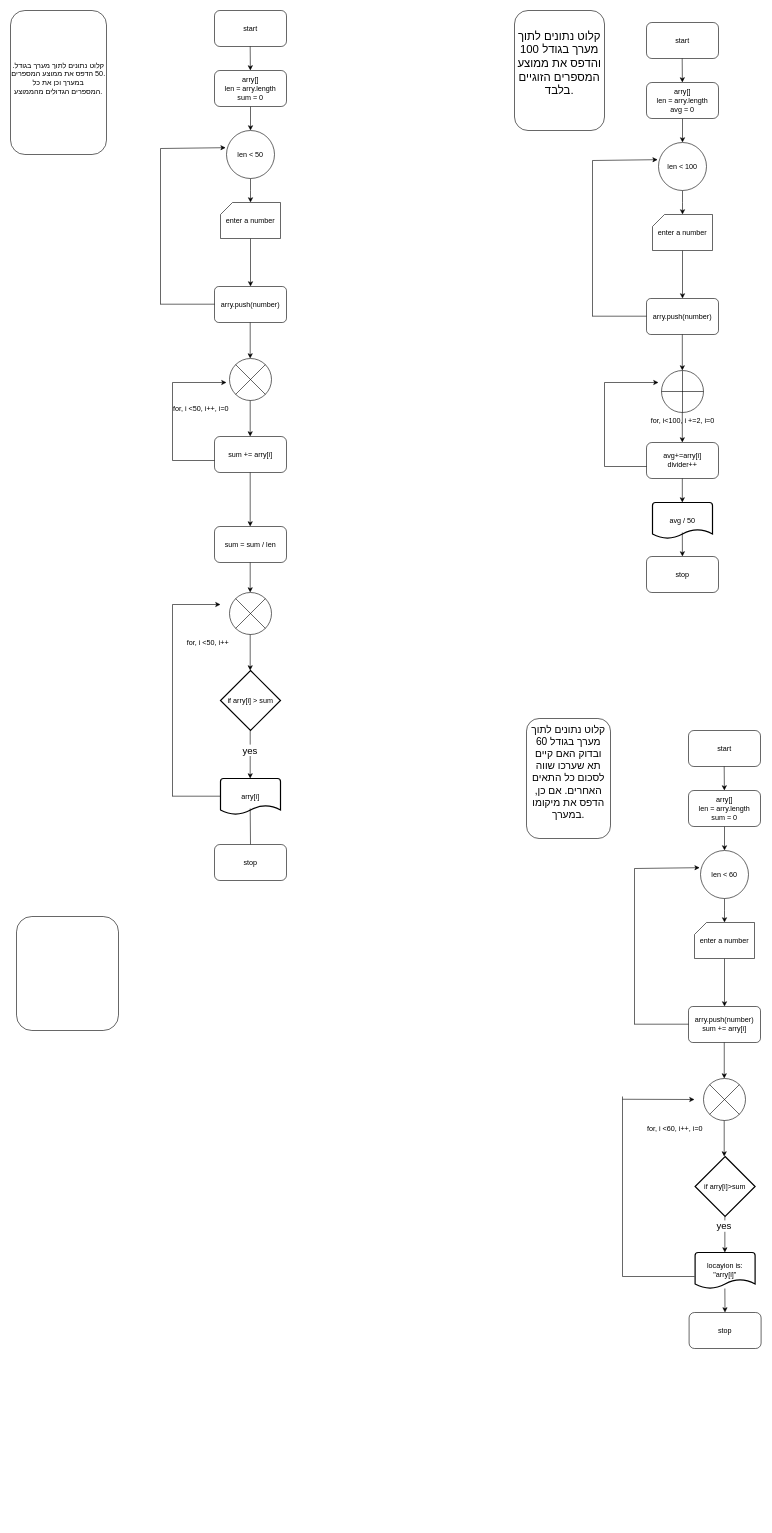
YanirH/DAVIDandMOSHE keeps this draw.io diagram as Homeworks.drawio. Above is the earlier version. Source tidied: cells renumbered, new cells numbered last; positions are measured from the earlier drawing's top-left corner, leaving out a move shared by most shapes. Both pictures are drawn from the tidied source at 60%, with x=0, y=0 at pixel (10, 10).
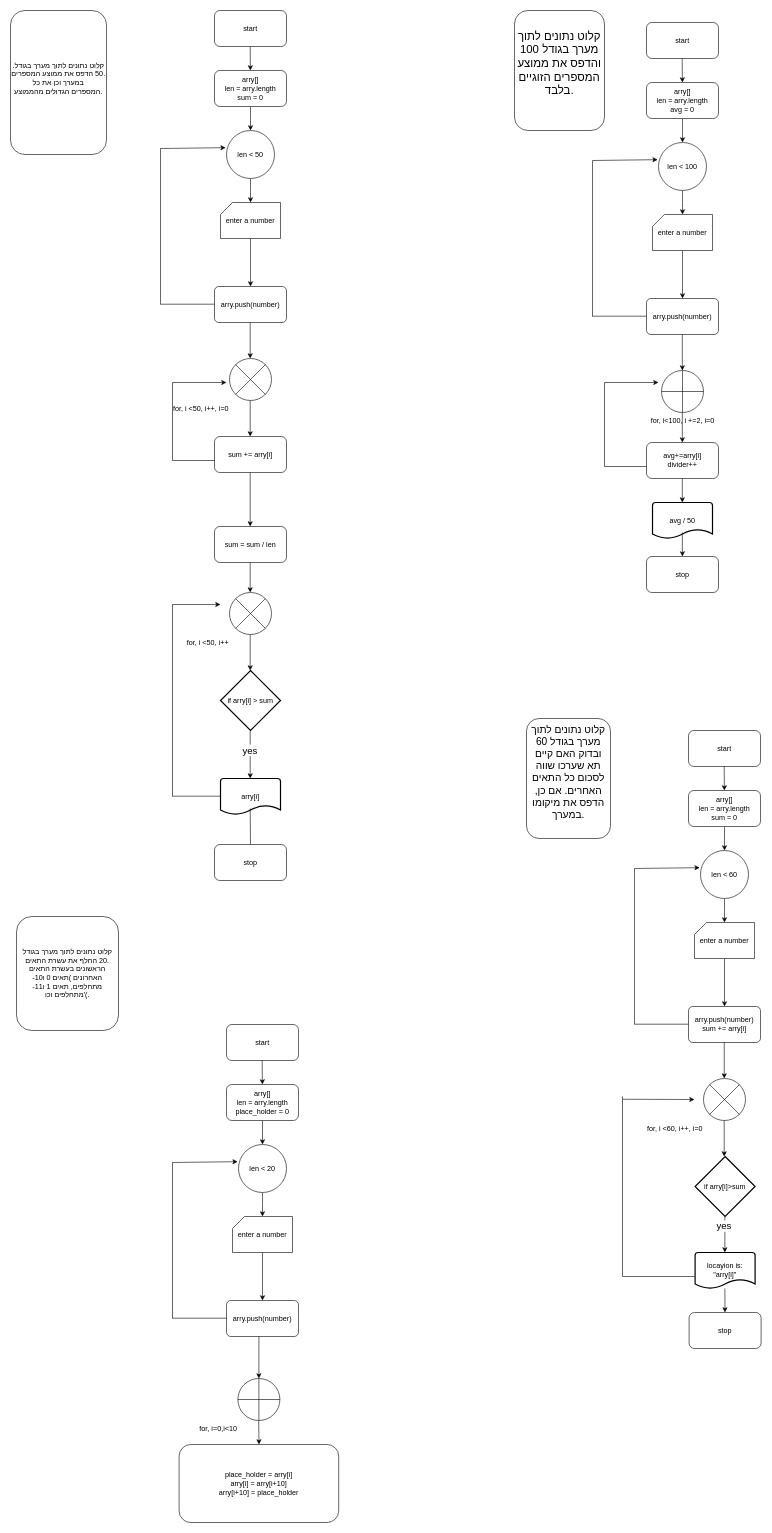
After the change.

The edit, as a diff of the source:
```diff
@@
-    <mxCell id="85" style="rounded=1;whiteSpace=wrap;html=1;" parent="1" vertex="1">
+    <mxCell id="85" value="קלוט נתונים לתוך מערך בגודל .20 החלף את עשרת התאים הראשונים בעשרת התאים&#10;האחרונים )תאים 0 ו10- מתחלפים, תאים 1 ו11- מתחלפים וכו'(." style="rounded=1;whiteSpace=wrap;html=1;" parent="1" vertex="1">
       <mxGeometry x="10" y="1510" width="170" height="190" as="geometry" />
     </mxCell>
+    <mxCell id="86" value="start" style="rounded=1;whiteSpace=wrap;html=1;" parent="1" vertex="1">
+      <mxGeometry x="360" y="1690" width="120" height="60" as="geometry" />
+    </mxCell>
+    <mxCell id="87" style="endArrow=classic;html=1;rounded=0;" parent="1" edge="1" target="89">
+      <mxGeometry relative="1" as="geometry">
+        <mxPoint x="419.5" y="1750" as="sourcePoint" />
+      </mxGeometry>
+    </mxCell>
+    <mxCell id="88" style="edgeStyle=orthogonalEdgeStyle;rounded=0;jettySize=auto;html=1;" parent="1" edge="1" source="89" target="91">
+      <mxGeometry relative="1" as="geometry" />
+    </mxCell>
+    <mxCell id="89" value="arry[]&lt;br&gt;len = arry.length&lt;br&gt;place_holder = 0" style="rounded=1;whiteSpace=wrap;html=1;" parent="1" vertex="1">
+      <mxGeometry x="360" y="1790" width="120" height="60" as="geometry" />
+    </mxCell>
+    <mxCell id="90" style="edgeStyle=orthogonalEdgeStyle;rounded=0;jettySize=auto;html=1;" parent="1" edge="1" source="91">
+      <mxGeometry relative="1" as="geometry">
+        <mxPoint x="420" y="2010" as="targetPoint" />
+      </mxGeometry>
+    </mxCell>
+    <mxCell id="91" value="len &amp;lt; 20" style="ellipse;whiteSpace=wrap;html=1;rounded=1;" parent="1" vertex="1">
+      <mxGeometry x="380" y="1890" width="80" height="80" as="geometry" />
+    </mxCell>
+    <mxCell id="92" style="edgeStyle=orthogonalEdgeStyle;rounded=0;jettySize=auto;html=1;" parent="1" edge="1" source="93" target="94">
+      <mxGeometry relative="1" as="geometry" />
+    </mxCell>
+    <mxCell id="93" value="enter a number" style="verticalLabelPosition=middle;verticalAlign=middle;html=1;shape=card;whiteSpace=wrap;size=20;arcSize=12;labelPosition=center;align=center;" parent="1" vertex="1">
+      <mxGeometry x="370" y="2010" width="100" height="60" as="geometry" />
+    </mxCell>
+    <mxCell id="94" value="arry.push(number)" style="rounded=1;whiteSpace=wrap;html=1;arcSize=12;" parent="1" vertex="1">
+      <mxGeometry x="360" y="2150" width="120" height="60" as="geometry" />
+    </mxCell>
+    <mxCell id="95" style="endArrow=none;html=1;rounded=0;" parent="1" edge="1">
+      <mxGeometry relative="1" as="geometry">
+        <mxPoint x="270" y="2179.5" as="sourcePoint" />
+        <mxPoint x="360" y="2179.5" as="targetPoint" />
+      </mxGeometry>
+    </mxCell>
+    <mxCell id="96" style="endArrow=none;html=1;rounded=0;" parent="1" edge="1">
+      <mxGeometry relative="1" as="geometry">
+        <mxPoint x="270" y="2180" as="sourcePoint" />
+        <mxPoint x="270" y="1920" as="targetPoint" />
+      </mxGeometry>
+    </mxCell>
+    <mxCell id="97" style="endArrow=classic;html=1;rounded=0;entryX=-0.017;entryY=0.358;entryDx=0;entryDy=0;entryPerimeter=0;" parent="1" edge="1" target="91">
+      <mxGeometry relative="1" as="geometry">
+        <mxPoint x="270" y="1920" as="sourcePoint" />
+      </mxGeometry>
+    </mxCell>
+    <mxCell id="98" style="endArrow=classic;html=1;rounded=0;" parent="1" edge="1">
+      <mxGeometry relative="1" as="geometry">
+        <mxPoint x="414" y="2210" as="sourcePoint" />
+        <mxPoint x="414" y="2280" as="targetPoint" />
+      </mxGeometry>
+    </mxCell>
+    <mxCell id="99" style="endArrow=classic;html=1;rounded=0;" parent="1" edge="1">
+      <mxGeometry relative="1" as="geometry">
+        <mxPoint x="413.6" y="2350" as="sourcePoint" />
+        <mxPoint x="414.2" y="2390" as="targetPoint" />
+      </mxGeometry>
+    </mxCell>
+    <mxCell id="100" value="for, i=0,i&amp;lt;10" style="verticalLabelPosition=bottom;verticalAlign=top;html=1;shape=mxgraph.flowchart.summing_function;labelPosition=left;align=right;" parent="1" vertex="1">
+      <mxGeometry x="379" y="2280" width="70" height="70" as="geometry" />
+    </mxCell>
+    <mxCell id="101" value="place_holder = arry[i]&lt;br&gt;arry[i] = arry[i+10]&lt;br&gt;arry[i+10] = place_holder" style="rounded=1;whiteSpace=wrap;html=1;" parent="1" vertex="1">
+      <mxGeometry x="281" y="2390" width="266" height="130" as="geometry" />
+    </mxCell>
```
